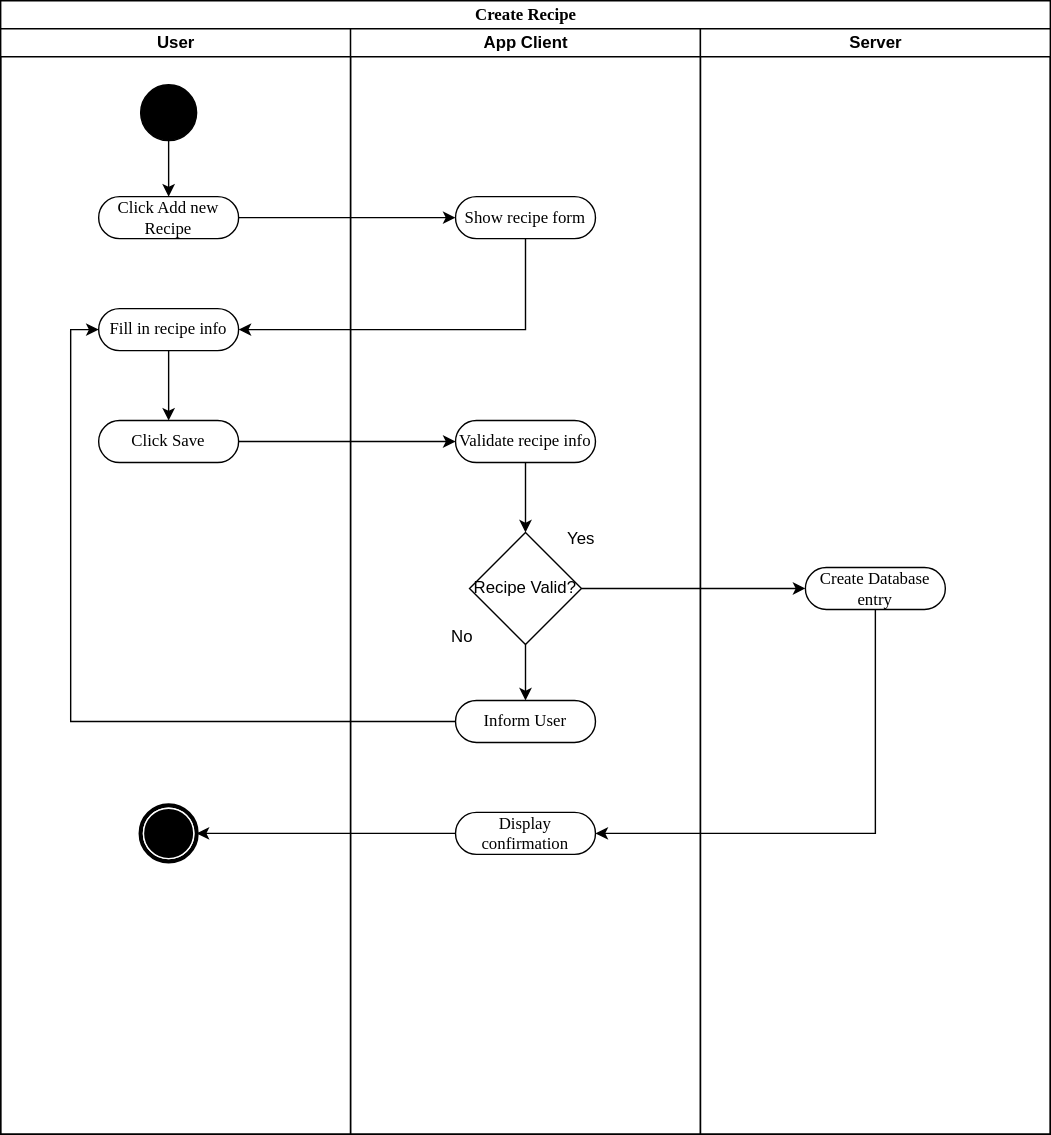
Before: Project_Doc/Diagrams/create-recipe-diagram.drawio.svg, a diagram exported from draw.io (SE-TINF22B6/CookHub). Source tidied: cells renumbered, new cells last; positions are measured from the earlier drawing's top-left corner, leaving out a move shared by most shapes. Its diagram source:
```xml
<mxGraphModel>
  <root>
    <mxCell id="0" />
    <mxCell id="1" parent="0" />
    <mxCell id="2" value="Create Recipe" style="swimlane;html=1;startSize=20;rounded=0;shadow=0;comic=0;labelBackgroundColor=none;strokeWidth=1;fontFamily=Verdana;fontSize=12;align=center;" parent="1" vertex="1">
      <mxGeometry width="750" height="810" as="geometry" />
    </mxCell>
    <mxCell id="3" value="User" style="swimlane;html=1;startSize=20;" parent="2" vertex="1">
      <mxGeometry y="20" width="250" height="790" as="geometry" />
    </mxCell>
    <mxCell id="4" style="edgeStyle=orthogonalEdgeStyle;rounded=0;jettySize=auto;html=1;" parent="3" edge="1" source="5" target="6">
      <mxGeometry relative="1" as="geometry" />
    </mxCell>
    <mxCell id="5" style="ellipse;whiteSpace=wrap;html=1;rounded=0;shadow=0;comic=0;labelBackgroundColor=none;strokeWidth=1;fillColor=#000000;fontFamily=Verdana;fontSize=12;align=center;" parent="3" vertex="1">
      <mxGeometry x="100" y="40" width="40" height="40" as="geometry" />
    </mxCell>
    <mxCell id="6" value="Click Add new Recipe" style="rounded=1;whiteSpace=wrap;html=1;shadow=0;comic=0;labelBackgroundColor=none;strokeWidth=1;fontFamily=Verdana;fontSize=12;align=center;arcSize=50;" parent="3" vertex="1">
      <mxGeometry x="70" y="120" width="100" height="30" as="geometry" />
    </mxCell>
    <mxCell id="7" style="edgeStyle=orthogonalEdgeStyle;rounded=0;jettySize=auto;html=1;" parent="3" edge="1" source="8" target="9">
      <mxGeometry relative="1" as="geometry" />
    </mxCell>
    <mxCell id="8" value="Fill in recipe info" style="rounded=1;whiteSpace=wrap;html=1;shadow=0;comic=0;labelBackgroundColor=none;strokeWidth=1;fontFamily=Verdana;fontSize=12;align=center;arcSize=50;" parent="3" vertex="1">
      <mxGeometry x="70" y="200" width="100" height="30" as="geometry" />
    </mxCell>
    <mxCell id="9" value="Click Save" style="rounded=1;whiteSpace=wrap;html=1;shadow=0;comic=0;labelBackgroundColor=none;strokeWidth=1;fontFamily=Verdana;fontSize=12;align=center;arcSize=50;" parent="3" vertex="1">
      <mxGeometry x="70" y="280" width="100" height="30" as="geometry" />
    </mxCell>
    <mxCell id="10" style="shape=mxgraph.bpmn.shape;html=1;verticalLabelPosition=bottom;labelBackgroundColor=#ffffff;verticalAlign=top;perimeter=ellipsePerimeter;outline=end;symbol=terminate;rounded=0;shadow=0;comic=0;strokeWidth=1;fontFamily=Verdana;fontSize=12;align=center;" parent="3" vertex="1">
      <mxGeometry x="100" y="555" width="40" height="40" as="geometry" />
    </mxCell>
    <mxCell id="11" value="App Client" style="swimlane;html=1;startSize=20;" parent="2" vertex="1">
      <mxGeometry x="250" y="20" width="250" height="790" as="geometry" />
    </mxCell>
    <mxCell id="12" value="Show recipe form" style="rounded=1;whiteSpace=wrap;html=1;shadow=0;comic=0;labelBackgroundColor=none;strokeWidth=1;fontFamily=Verdana;fontSize=12;align=center;arcSize=50;" parent="11" vertex="1">
      <mxGeometry x="75" y="120" width="100" height="30" as="geometry" />
    </mxCell>
    <mxCell id="13" value="Validate recipe info" style="rounded=1;whiteSpace=wrap;html=1;shadow=0;comic=0;labelBackgroundColor=none;strokeWidth=1;fontFamily=Verdana;fontSize=12;align=center;arcSize=50;" parent="11" vertex="1">
      <mxGeometry x="75" y="280" width="100" height="30" as="geometry" />
    </mxCell>
    <mxCell id="14" value="Yes" style="text;html=1;strokeColor=none;fillColor=none;align=center;verticalAlign=middle;whiteSpace=wrap;rounded=0;" parent="11" vertex="1">
      <mxGeometry x="135" y="350" width="60" height="30" as="geometry" />
    </mxCell>
    <mxCell id="15" style="edgeStyle=orthogonalEdgeStyle;rounded=0;jettySize=auto;html=1;entryX=0.5;entryY=0;entryDx=0;entryDy=0;" parent="11" edge="1" source="16" target="19">
      <mxGeometry relative="1" as="geometry" />
    </mxCell>
    <mxCell id="16" value="Recipe Valid?" style="rhombus;whiteSpace=wrap;html=1;" parent="11" vertex="1">
      <mxGeometry x="85" y="360" width="80" height="80" as="geometry" />
    </mxCell>
    <mxCell id="17" style="edgeStyle=orthogonalEdgeStyle;rounded=0;jettySize=auto;html=1;" parent="11" edge="1" source="13" target="16">
      <mxGeometry relative="1" as="geometry" />
    </mxCell>
    <mxCell id="18" value="No&lt;br&gt;" style="text;html=1;strokeColor=none;fillColor=none;align=center;verticalAlign=middle;whiteSpace=wrap;rounded=0;" parent="11" vertex="1">
      <mxGeometry x="50" y="420" width="60" height="30" as="geometry" />
    </mxCell>
    <mxCell id="19" value="Inform User" style="rounded=1;whiteSpace=wrap;html=1;shadow=0;comic=0;labelBackgroundColor=none;strokeWidth=1;fontFamily=Verdana;fontSize=12;align=center;arcSize=50;" parent="11" vertex="1">
      <mxGeometry x="75" y="480" width="100" height="30" as="geometry" />
    </mxCell>
    <mxCell id="20" value="Display confirmation" style="rounded=1;whiteSpace=wrap;html=1;shadow=0;comic=0;labelBackgroundColor=none;strokeWidth=1;fontFamily=Verdana;fontSize=12;align=center;arcSize=50;" parent="11" vertex="1">
      <mxGeometry x="75" y="560" width="100" height="30" as="geometry" />
    </mxCell>
    <mxCell id="21" value="Server" style="swimlane;html=1;startSize=20;" parent="2" vertex="1">
      <mxGeometry x="500" y="20" width="250" height="790" as="geometry" />
    </mxCell>
    <mxCell id="22" value="Create Database entry" style="rounded=1;whiteSpace=wrap;html=1;shadow=0;comic=0;labelBackgroundColor=none;strokeWidth=1;fontFamily=Verdana;fontSize=12;align=center;arcSize=50;" parent="21" vertex="1">
      <mxGeometry x="75" y="385" width="100" height="30" as="geometry" />
    </mxCell>
    <mxCell id="23" style="edgeStyle=orthogonalEdgeStyle;rounded=0;jettySize=auto;html=1;entryX=0;entryY=0.5;entryDx=0;entryDy=0;" parent="2" edge="1" source="6" target="12">
      <mxGeometry relative="1" as="geometry" />
    </mxCell>
    <mxCell id="24" style="edgeStyle=orthogonalEdgeStyle;rounded=0;jettySize=auto;html=1;entryX=1;entryY=0.5;entryDx=0;entryDy=0;" parent="2" edge="1" source="12" target="8">
      <mxGeometry relative="1" as="geometry">
        <Array as="points">
          <mxPoint x="375" y="235" />
        </Array>
      </mxGeometry>
    </mxCell>
    <mxCell id="25" style="edgeStyle=orthogonalEdgeStyle;rounded=0;jettySize=auto;html=1;entryX=0;entryY=0.5;entryDx=0;entryDy=0;" parent="2" edge="1" source="9" target="13">
      <mxGeometry relative="1" as="geometry" />
    </mxCell>
    <mxCell id="26" style="edgeStyle=orthogonalEdgeStyle;rounded=0;jettySize=auto;html=1;entryX=0;entryY=0.5;entryDx=0;entryDy=0;" parent="2" edge="1" source="16" target="22">
      <mxGeometry relative="1" as="geometry" />
    </mxCell>
    <mxCell id="27" style="edgeStyle=orthogonalEdgeStyle;rounded=0;jettySize=auto;html=1;entryX=0;entryY=0.5;entryDx=0;entryDy=0;" parent="2" edge="1" source="19" target="8">
      <mxGeometry relative="1" as="geometry" />
    </mxCell>
    <mxCell id="28" style="edgeStyle=orthogonalEdgeStyle;rounded=0;jettySize=auto;html=1;entryX=1;entryY=0.5;entryDx=0;entryDy=0;" parent="2" edge="1" source="22" target="20">
      <mxGeometry relative="1" as="geometry">
        <Array as="points">
          <mxPoint x="625" y="595" />
        </Array>
      </mxGeometry>
    </mxCell>
    <mxCell id="29" style="edgeStyle=orthogonalEdgeStyle;rounded=0;jettySize=auto;html=1;entryX=1;entryY=0.5;entryDx=0;entryDy=0;" parent="2" edge="1" source="20" target="10">
      <mxGeometry relative="1" as="geometry" />
    </mxCell>
  </root>
</mxGraphModel>
```
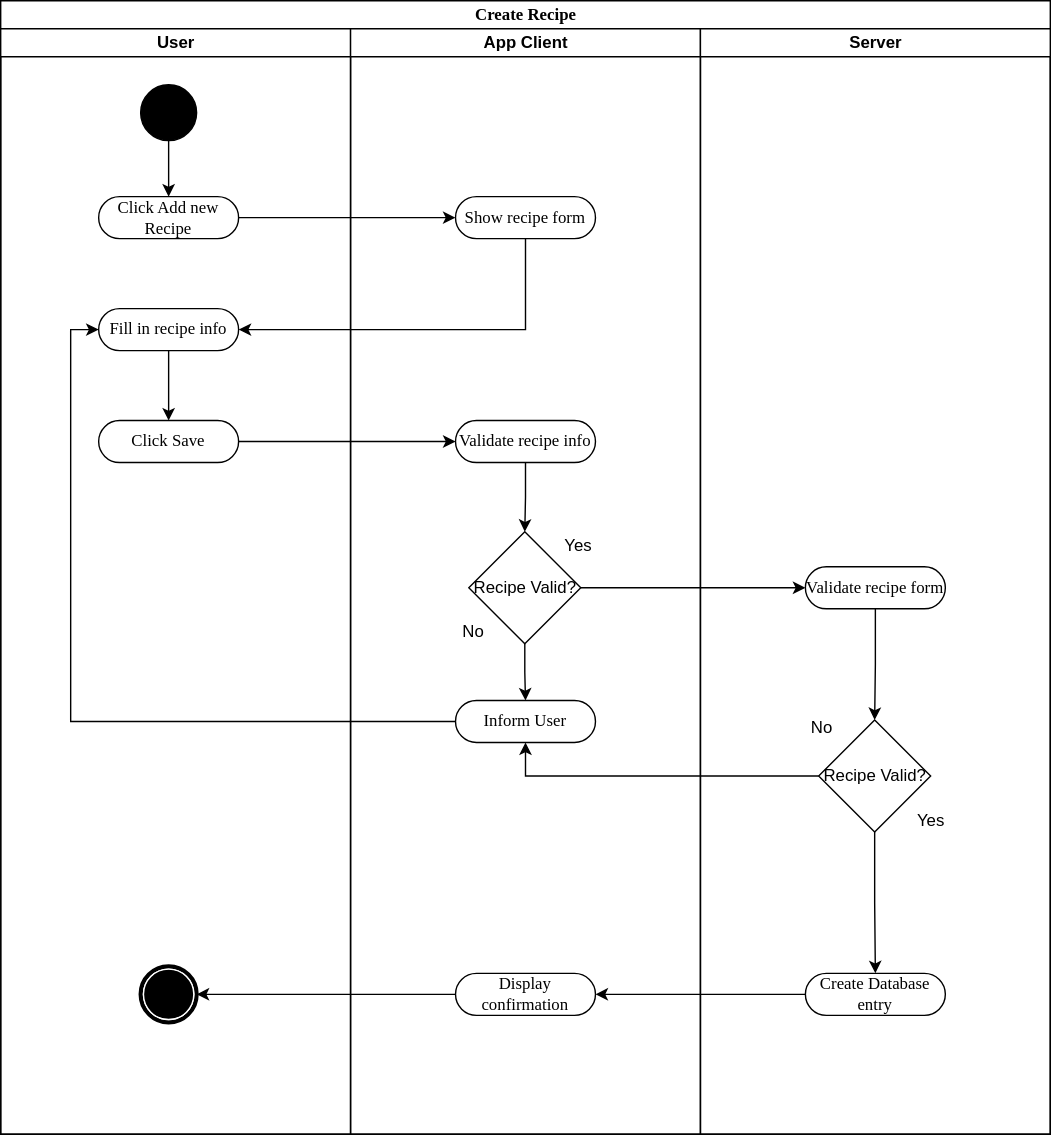
The same diagram one commit later.

The edit, as a diff of the source:
```diff
@@ -27,7 +27,7 @@
       <mxGeometry x="70" y="280" width="100" height="30" as="geometry" />
     </mxCell>
     <mxCell id="10" style="shape=mxgraph.bpmn.shape;html=1;verticalLabelPosition=bottom;labelBackgroundColor=#ffffff;verticalAlign=top;perimeter=ellipsePerimeter;outline=end;symbol=terminate;rounded=0;shadow=0;comic=0;strokeWidth=1;fontFamily=Verdana;fontSize=12;align=center;" parent="3" vertex="1">
-      <mxGeometry x="100" y="555" width="40" height="40" as="geometry" />
+      <mxGeometry x="100" y="670" width="40" height="40" as="geometry" />
     </mxCell>
     <mxCell id="11" value="App Client" style="swimlane;html=1;startSize=20;" parent="2" vertex="1">
       <mxGeometry x="250" y="20" width="250" height="790" as="geometry" />
@@ -39,31 +39,52 @@
       <mxGeometry x="75" y="280" width="100" height="30" as="geometry" />
     </mxCell>
     <mxCell id="14" value="Yes" style="text;html=1;strokeColor=none;fillColor=none;align=center;verticalAlign=middle;whiteSpace=wrap;rounded=0;" parent="11" vertex="1">
-      <mxGeometry x="135" y="350" width="60" height="30" as="geometry" />
+      <mxGeometry x="132.5" y="354.5" width="60" height="30" as="geometry" />
     </mxCell>
     <mxCell id="15" style="edgeStyle=orthogonalEdgeStyle;rounded=0;jettySize=auto;html=1;entryX=0.5;entryY=0;entryDx=0;entryDy=0;" parent="11" edge="1" source="16" target="19">
       <mxGeometry relative="1" as="geometry" />
     </mxCell>
-    <mxCell id="16" value="Recipe Valid?" style="rhombus;whiteSpace=wrap;html=1;" parent="11" vertex="1">
-      <mxGeometry x="85" y="360" width="80" height="80" as="geometry" />
-    </mxCell>
     <mxCell id="17" style="edgeStyle=orthogonalEdgeStyle;rounded=0;jettySize=auto;html=1;" parent="11" edge="1" source="13" target="16">
       <mxGeometry relative="1" as="geometry" />
     </mxCell>
     <mxCell id="18" value="No&lt;br&gt;" style="text;html=1;strokeColor=none;fillColor=none;align=center;verticalAlign=middle;whiteSpace=wrap;rounded=0;" parent="11" vertex="1">
-      <mxGeometry x="50" y="420" width="60" height="30" as="geometry" />
+      <mxGeometry x="57.5" y="415.5" width="60" height="30" as="geometry" />
     </mxCell>
     <mxCell id="19" value="Inform User" style="rounded=1;whiteSpace=wrap;html=1;shadow=0;comic=0;labelBackgroundColor=none;strokeWidth=1;fontFamily=Verdana;fontSize=12;align=center;arcSize=50;" parent="11" vertex="1">
       <mxGeometry x="75" y="480" width="100" height="30" as="geometry" />
     </mxCell>
     <mxCell id="20" value="Display confirmation" style="rounded=1;whiteSpace=wrap;html=1;shadow=0;comic=0;labelBackgroundColor=none;strokeWidth=1;fontFamily=Verdana;fontSize=12;align=center;arcSize=50;" parent="11" vertex="1">
-      <mxGeometry x="75" y="560" width="100" height="30" as="geometry" />
+      <mxGeometry x="75" y="675" width="100" height="30" as="geometry" />
     </mxCell>
+    <mxCell id="16" value="Recipe Valid?" style="rhombus;whiteSpace=wrap;html=1;" parent="11" vertex="1">
+      <mxGeometry x="84.5" y="359.5" width="80" height="80" as="geometry" />
+    </mxCell>
+    <mxCell id="29" style="edgeStyle=orthogonalEdgeStyle;rounded=0;jettySize=auto;html=1;entryX=1;entryY=0.5;entryDx=0;entryDy=0;" parent="2" edge="1" source="20" target="10">
+      <mxGeometry relative="1" as="geometry" />
+    </mxCell>
     <mxCell id="21" value="Server" style="swimlane;html=1;startSize=20;" parent="2" vertex="1">
       <mxGeometry x="500" y="20" width="250" height="790" as="geometry" />
     </mxCell>
+    <mxCell id="30" value="Yes" style="text;html=1;strokeColor=none;fillColor=none;align=center;verticalAlign=middle;whiteSpace=wrap;rounded=0;" parent="21" vertex="1">
+      <mxGeometry x="135" y="551" width="60" height="30" as="geometry" />
+    </mxCell>
+    <mxCell id="31" style="edgeStyle=orthogonalEdgeStyle;rounded=0;jettySize=auto;html=1;entryX=0.5;entryY=0;entryDx=0;entryDy=0;" parent="21" edge="1" source="32" target="22">
+      <mxGeometry relative="1" as="geometry" />
+    </mxCell>
+    <mxCell id="32" value="Recipe Valid?" style="rhombus;whiteSpace=wrap;html=1;" parent="21" vertex="1">
+      <mxGeometry x="84.5" y="494" width="80" height="80" as="geometry" />
+    </mxCell>
+    <mxCell id="33" value="No&lt;br&gt;" style="text;html=1;strokeColor=none;fillColor=none;align=center;verticalAlign=middle;whiteSpace=wrap;rounded=0;" parent="21" vertex="1">
+      <mxGeometry x="57" y="485" width="60" height="30" as="geometry" />
+    </mxCell>
+    <mxCell id="34" style="edgeStyle=orthogonalEdgeStyle;rounded=0;jettySize=auto;html=1;entryX=0.5;entryY=0;entryDx=0;entryDy=0;" parent="21" edge="1" source="35" target="32">
+      <mxGeometry relative="1" as="geometry" />
+    </mxCell>
+    <mxCell id="35" value="Validate recipe form" style="rounded=1;whiteSpace=wrap;html=1;shadow=0;comic=0;labelBackgroundColor=none;strokeWidth=1;fontFamily=Verdana;fontSize=12;align=center;arcSize=50;" parent="21" vertex="1">
+      <mxGeometry x="75" y="384.5" width="100" height="30" as="geometry" />
+    </mxCell>
     <mxCell id="22" value="Create Database entry" style="rounded=1;whiteSpace=wrap;html=1;shadow=0;comic=0;labelBackgroundColor=none;strokeWidth=1;fontFamily=Verdana;fontSize=12;align=center;arcSize=50;" parent="21" vertex="1">
-      <mxGeometry x="75" y="385" width="100" height="30" as="geometry" />
+      <mxGeometry x="75" y="675" width="100" height="30" as="geometry" />
     </mxCell>
     <mxCell id="23" style="edgeStyle=orthogonalEdgeStyle;rounded=0;jettySize=auto;html=1;entryX=0;entryY=0.5;entryDx=0;entryDy=0;" parent="2" edge="1" source="6" target="12">
       <mxGeometry relative="1" as="geometry" />
@@ -78,21 +99,17 @@
     <mxCell id="25" style="edgeStyle=orthogonalEdgeStyle;rounded=0;jettySize=auto;html=1;entryX=0;entryY=0.5;entryDx=0;entryDy=0;" parent="2" edge="1" source="9" target="13">
       <mxGeometry relative="1" as="geometry" />
     </mxCell>
-    <mxCell id="26" style="edgeStyle=orthogonalEdgeStyle;rounded=0;jettySize=auto;html=1;entryX=0;entryY=0.5;entryDx=0;entryDy=0;" parent="2" edge="1" source="16" target="22">
-      <mxGeometry relative="1" as="geometry" />
-    </mxCell>
     <mxCell id="27" style="edgeStyle=orthogonalEdgeStyle;rounded=0;jettySize=auto;html=1;entryX=0;entryY=0.5;entryDx=0;entryDy=0;" parent="2" edge="1" source="19" target="8">
       <mxGeometry relative="1" as="geometry" />
     </mxCell>
+    <mxCell id="36" style="edgeStyle=orthogonalEdgeStyle;rounded=0;jettySize=auto;html=1;entryX=0.5;entryY=1;entryDx=0;entryDy=0;" parent="2" edge="1" source="32" target="19">
+      <mxGeometry relative="1" as="geometry" />
+    </mxCell>
+    <mxCell id="37" style="edgeStyle=orthogonalEdgeStyle;rounded=0;jettySize=auto;html=1;entryX=0;entryY=0.5;entryDx=0;entryDy=0;" parent="2" edge="1" source="16" target="35">
+      <mxGeometry relative="1" as="geometry" />
+    </mxCell>
     <mxCell id="28" style="edgeStyle=orthogonalEdgeStyle;rounded=0;jettySize=auto;html=1;entryX=1;entryY=0.5;entryDx=0;entryDy=0;" parent="2" edge="1" source="22" target="20">
-      <mxGeometry relative="1" as="geometry">
-        <Array as="points">
-          <mxPoint x="625" y="595" />
-        </Array>
-      </mxGeometry>
+      <mxGeometry relative="1" as="geometry" />
     </mxCell>
-    <mxCell id="29" style="edgeStyle=orthogonalEdgeStyle;rounded=0;jettySize=auto;html=1;entryX=1;entryY=0.5;entryDx=0;entryDy=0;" parent="2" edge="1" source="20" target="10">
-      <mxGeometry relative="1" as="geometry" />
-    </mxCell>
   </root>
 </mxGraphModel>
```
